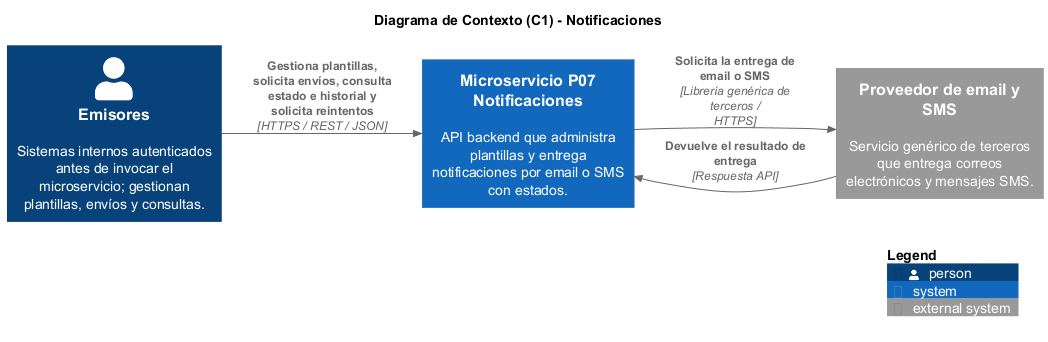
Frosmin/tigoBootcamp keeps this PlantUML diagram as notificaciones-architecture/diagrams/C4/contexto/notificaciones-01-contexto.png. Above is the earlier version.
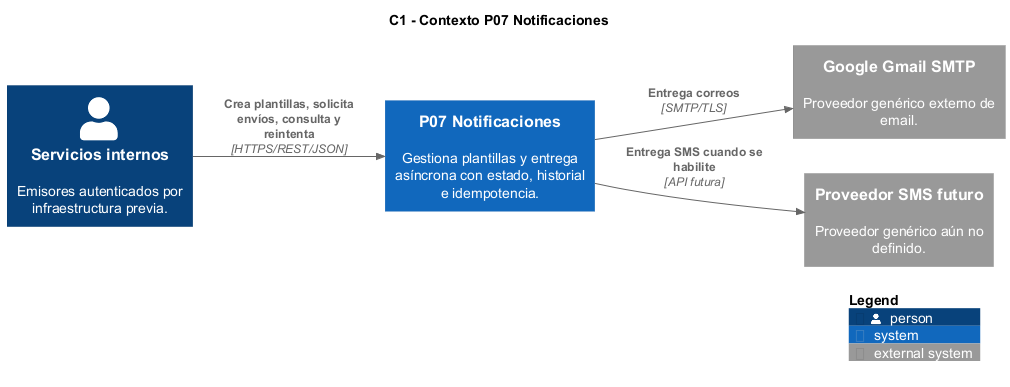
Above is the later version.

Diff of the diagram source:
```diff
@@ -1,19 +1,13 @@
 @startuml notificaciones-01-contexto
-
-!define RELATIVE_INCLUDE "."
 !include ../../../../notificaciones-architecture/binariess/C4_Context.puml
-
 LAYOUT_LEFT_RIGHT()
-
-title Diagrama de Contexto (C1) - Notificaciones
-
-Person(emisores,"Emisores", "Sistemas internos autenticados antes de invocar el microservicio; gestionan plantillas, envíos y consultas.")
-System(notificaciones, "Microservicio P07 Notificaciones", "API backend que administra plantillas y entrega notificaciones por email o SMS con estados.")
-
-System_Ext(proveedor, "Proveedor de email y SMS", "Servicio genérico de terceros que entrega correos electrónicos y mensajes SMS.")
-
-Rel(emisores, notificaciones, "Gestiona plantillas, solicita envíos, consulta estado e historial y solicita reintentos", "HTTPS / REST / JSON")
-Rel(notificaciones, proveedor, "Solicita la entrega de email o SMS", "Librería genérica de terceros / HTTPS")
-Rel(proveedor, notificaciones, "Devuelve el resultado de entrega", "Respuesta API")
+title C1 - Contexto P07 Notificaciones
+Person(emisores, "Servicios internos", "Emisores autenticados por infraestructura previa.")
+System(p07, "P07 Notificaciones", "Gestiona plantillas y entrega asíncrona con estado, historial e idempotencia.")
+System_Ext(gmail, "Google Gmail SMTP", "Proveedor genérico externo de email.")
+System_Ext(sms, "Proveedor SMS futuro", "Proveedor genérico aún no definido.")
+Rel(emisores, p07, "Crea plantillas, solicita envíos, consulta y reintenta", "HTTPS/REST/JSON")
+Rel(p07, gmail, "Entrega correos", "SMTP/TLS")
+Rel(p07, sms, "Entrega SMS cuando se habilite", "API futura")
 SHOW_LEGEND()
 @enduml
```
